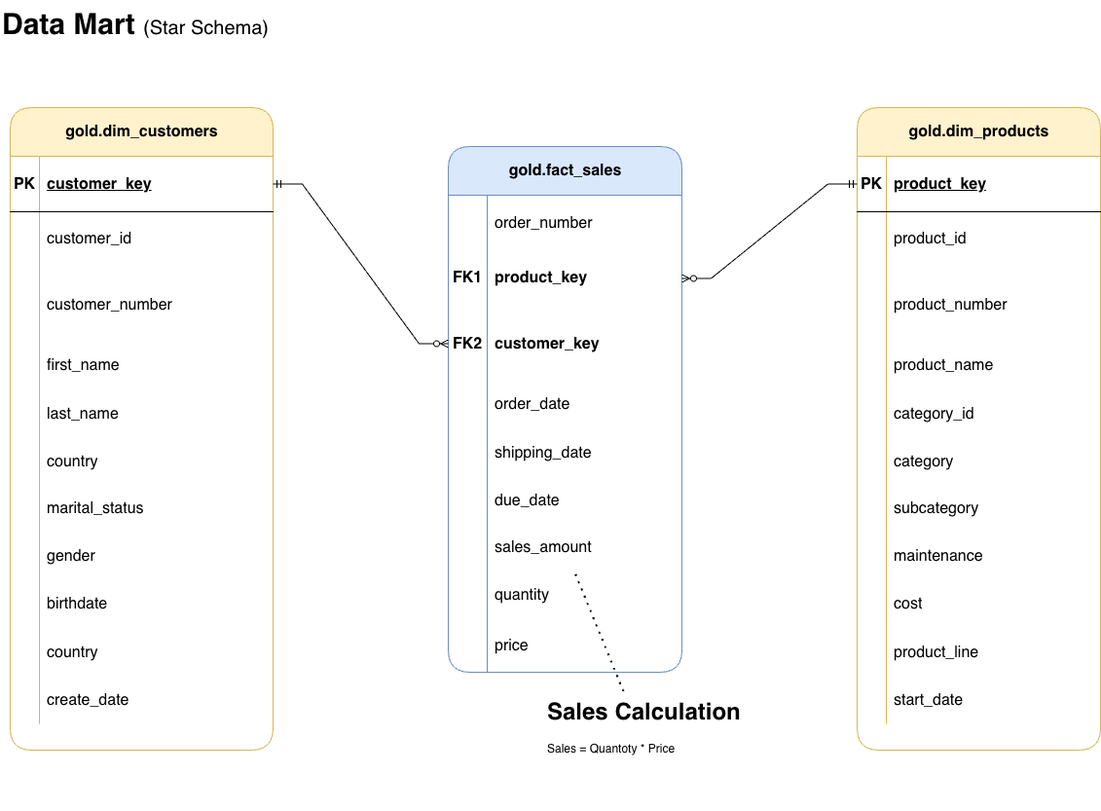
Earlier version of the draw.io export docs/data_model.png (Fakhruddin-Hussain/data-warehouse-project). Source tidied: cells renumbered, new cells last; positions are measured from the earlier drawing's top-left corner, leaving out a move shared by most shapes.
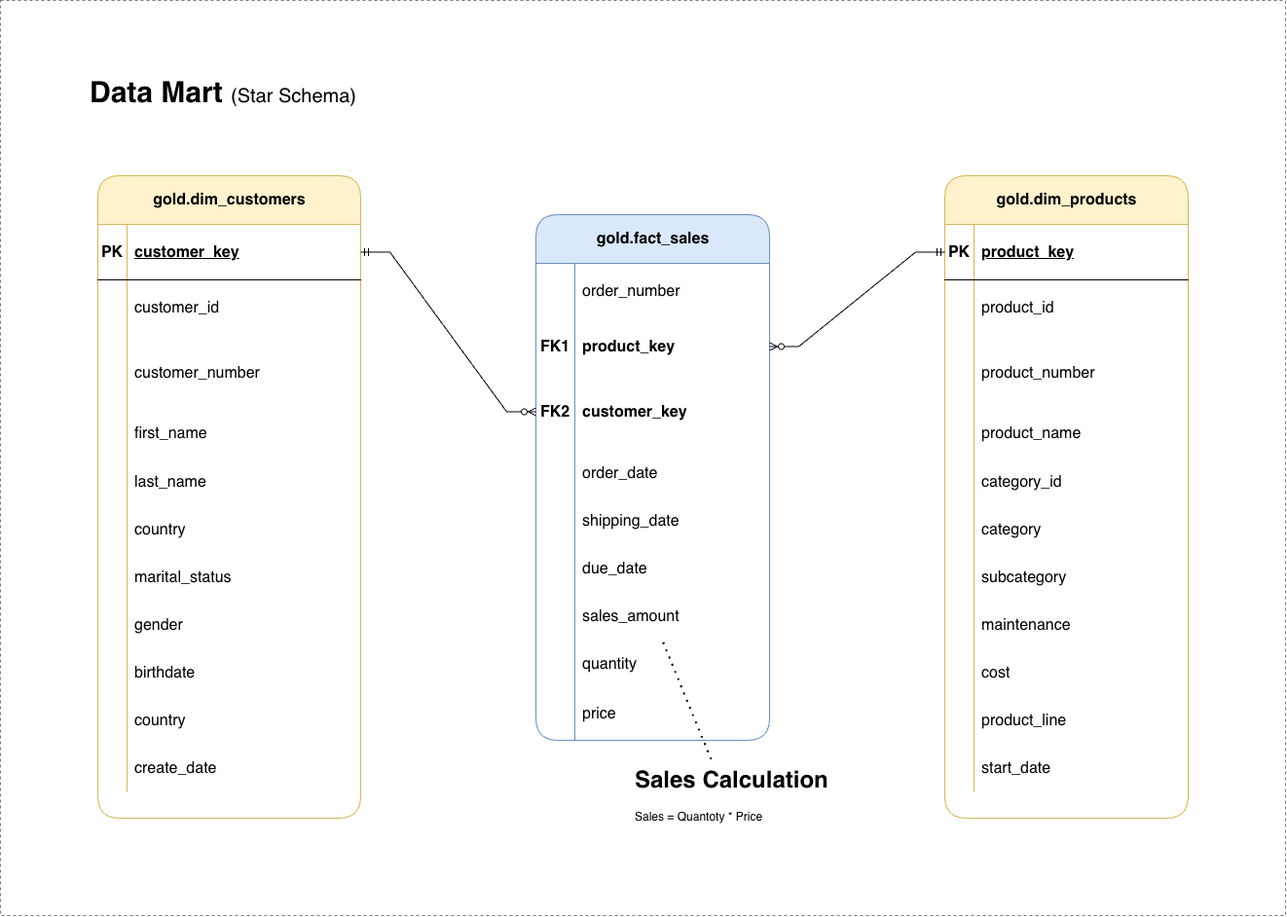
After the commit.

The edit, as a diff of the source:
```diff
@@ -305,5 +305,8 @@
     <mxCell id="102" style="endArrow=none;dashed=1;html=1;dashPattern=1 3;strokeWidth=2;rounded=0;" parent="1" edge="1" source="101" target="56">
       <mxGeometry relative="1" as="geometry" />
     </mxCell>
+    <mxCell id="103" style="rounded=0;whiteSpace=wrap;html=1;fillColor=none;dashed=1;strokeColor=light-dark(#7a7a7a, #ededed);" parent="1" vertex="1">
+      <mxGeometry x="-90" y="-70" width="1320" height="940" as="geometry" />
+    </mxCell>
   </root>
 </mxGraphModel>
```
